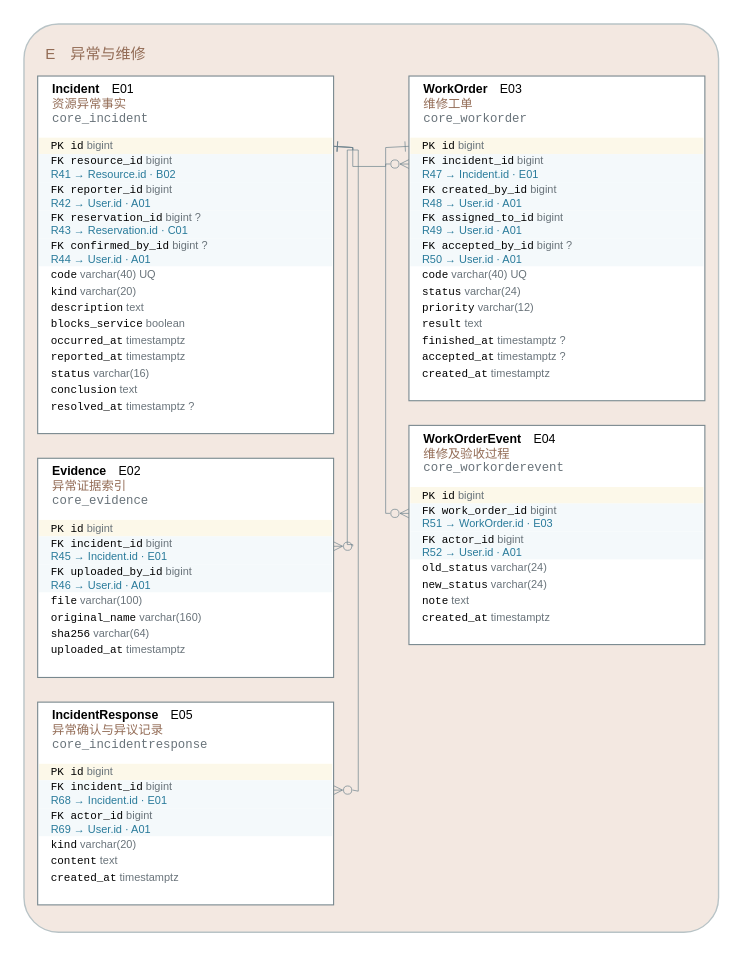
yvming67-gif/campus-lab-equipment-manager keeps this draw.io diagram as models/图形源文件/图D-6-异常与维修ERD.drawio. Above is the earlier version. Source tidied: cells renumbered, new cells numbered last; positions are measured from the earlier drawing's top-left corner, leaving out a move shared by most shapes. Both pictures are drawn from the tidied source at 137%, with x=0, y=0 at pixel (23, 23).
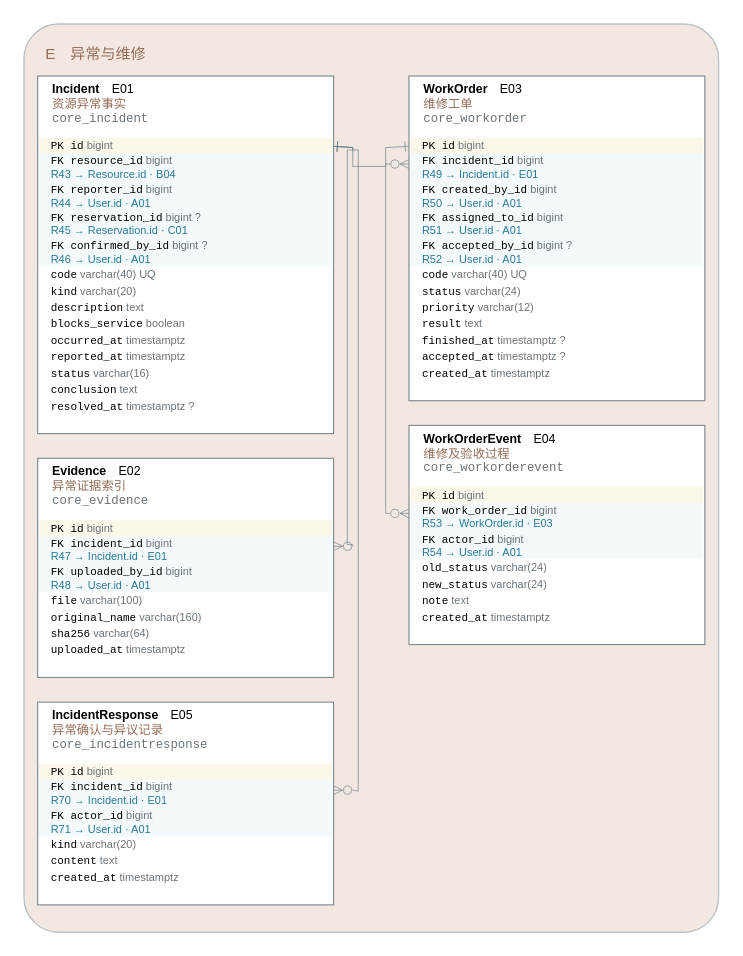
The same page after the edit.

Unchanged cells that the change refers to:
```xml
<mxCell id="6" style="rounded=0;fillColor=#ffffff;strokeColor=#78888e;strokeWidth=0.8;" parent="3" vertex="1">
  <mxGeometry x="10" y="38" width="216" height="261" as="geometry" />
</mxCell>
<mxCell id="8" value="&lt;font face='Consolas'&gt;PK id&lt;/font&gt; &lt;font color='#69737a'&gt;bigint&lt;/font&gt;" style="text;html=1;whiteSpace=wrap;fillColor=#fcf8e9;strokeColor=none;align=left;verticalAlign=middle;spacingLeft=7;fontSize=8;fontFamily=Microsoft YaHei;" parent="6" vertex="1">
  <mxGeometry x="1" y="45" width="214" height="12" as="geometry" />
</mxCell>
<mxCell id="22" style="rounded=0;fillColor=#ffffff;strokeColor=#78888e;strokeWidth=0.8;" parent="3" vertex="1">
  <mxGeometry x="10" y="317" width="216" height="160" as="geometry" />
</mxCell>
<mxCell id="31" style="rounded=0;fillColor=#ffffff;strokeColor=#78888e;strokeWidth=0.8;" parent="3" vertex="1">
  <mxGeometry x="10" y="495" width="216" height="148" as="geometry" />
</mxCell>
<mxCell id="39" style="rounded=0;fillColor=#ffffff;strokeColor=#78888e;strokeWidth=0.8;" parent="3" vertex="1">
  <mxGeometry x="281" y="38" width="216" height="237" as="geometry" />
</mxCell>
<mxCell id="53" style="rounded=0;fillColor=#ffffff;strokeColor=#78888e;strokeWidth=0.8;" parent="3" vertex="1">
  <mxGeometry x="281" y="293" width="216" height="160" as="geometry" />
</mxCell>
```

Change to the diagram source:
```diff
@@
-    <mxCell id="9" value="&lt;font face='Consolas'&gt;FK resource_id&lt;/font&gt; &lt;font color='#69737a'&gt;bigint&lt;/font&gt;&lt;br/&gt;&lt;font color='#287a9a'&gt;R41 → Resource.id · B02&lt;/font&gt;" style="text;html=1;whiteSpace=wrap;fillColor=#f4f9fb;strokeColor=none;align=left;verticalAlign=middle;spacingLeft=7;fontSize=8;fontFamily=Microsoft YaHei;" parent="6" vertex="1">
+    <mxCell id="9" value="&lt;font face='Consolas'&gt;FK resource_id&lt;/font&gt; &lt;font color='#69737a'&gt;bigint&lt;/font&gt;&lt;br/&gt;&lt;font color='#287a9a'&gt;R43 → Resource.id · B04&lt;/font&gt;" style="text;html=1;whiteSpace=wrap;fillColor=#f4f9fb;strokeColor=none;align=left;verticalAlign=middle;spacingLeft=7;fontSize=8;fontFamily=Microsoft YaHei;" parent="6" vertex="1">
       <mxGeometry x="1" y="57" width="214" height="20.5" as="geometry" />
     </mxCell>
-    <mxCell id="10" value="&lt;font face='Consolas'&gt;FK reporter_id&lt;/font&gt; &lt;font color='#69737a'&gt;bigint&lt;/font&gt;&lt;br/&gt;&lt;font color='#287a9a'&gt;R42 → User.id · A01&lt;/font&gt;" style="text;html=1;whiteSpace=wrap;fillColor=#f4f9fb;strokeColor=none;align=left;verticalAlign=middle;spacingLeft=7;fontSize=8;fontFamily=Microsoft YaHei;" parent="6" vertex="1">
+    <mxCell id="10" value="&lt;font face='Consolas'&gt;FK reporter_id&lt;/font&gt; &lt;font color='#69737a'&gt;bigint&lt;/font&gt;&lt;br/&gt;&lt;font color='#287a9a'&gt;R44 → User.id · A01&lt;/font&gt;" style="text;html=1;whiteSpace=wrap;fillColor=#f4f9fb;strokeColor=none;align=left;verticalAlign=middle;spacingLeft=7;fontSize=8;fontFamily=Microsoft YaHei;" parent="6" vertex="1">
       <mxGeometry x="1" y="77.5" width="214" height="20.5" as="geometry" />
     </mxCell>
-    <mxCell id="11" value="&lt;font face='Consolas'&gt;FK reservation_id&lt;/font&gt; &lt;font color='#69737a'&gt;bigint ?&lt;/font&gt;&lt;br/&gt;&lt;font color='#287a9a'&gt;R43 → Reservation.id · C01&lt;/font&gt;" style="text;html=1;whiteSpace=wrap;fillColor=#f4f9fb;strokeColor=none;align=left;verticalAlign=middle;spacingLeft=7;fontSize=8;fontFamily=Microsoft YaHei;" parent="6" vertex="1">
+    <mxCell id="11" value="&lt;font face='Consolas'&gt;FK reservation_id&lt;/font&gt; &lt;font color='#69737a'&gt;bigint ?&lt;/font&gt;&lt;br/&gt;&lt;font color='#287a9a'&gt;R45 → Reservation.id · C01&lt;/font&gt;" style="text;html=1;whiteSpace=wrap;fillColor=#f4f9fb;strokeColor=none;align=left;verticalAlign=middle;spacingLeft=7;fontSize=8;fontFamily=Microsoft YaHei;" parent="6" vertex="1">
       <mxGeometry x="1" y="98" width="214" height="20.5" as="geometry" />
     </mxCell>
-    <mxCell id="12" value="&lt;font face='Consolas'&gt;FK confirmed_by_id&lt;/font&gt; &lt;font color='#69737a'&gt;bigint ?&lt;/font&gt;&lt;br/&gt;&lt;font color='#287a9a'&gt;R44 → User.id · A01&lt;/font&gt;" style="text;html=1;whiteSpace=wrap;fillColor=#f4f9fb;strokeColor=none;align=left;verticalAlign=middle;spacingLeft=7;fontSize=8;fontFamily=Microsoft YaHei;" parent="6" vertex="1">
+    <mxCell id="12" value="&lt;font face='Consolas'&gt;FK confirmed_by_id&lt;/font&gt; &lt;font color='#69737a'&gt;bigint ?&lt;/font&gt;&lt;br/&gt;&lt;font color='#287a9a'&gt;R46 → User.id · A01&lt;/font&gt;" style="text;html=1;whiteSpace=wrap;fillColor=#f4f9fb;strokeColor=none;align=left;verticalAlign=middle;spacingLeft=7;fontSize=8;fontFamily=Microsoft YaHei;" parent="6" vertex="1">
       <mxGeometry x="1" y="118.5" width="214" height="20.5" as="geometry" />
     </mxCell>
@@
-    <mxCell id="25" value="&lt;font face='Consolas'&gt;FK incident_id&lt;/font&gt; &lt;font color='#69737a'&gt;bigint&lt;/font&gt;&lt;br/&gt;&lt;font color='#287a9a'&gt;R45 → Incident.id · E01&lt;/font&gt;" style="text;html=1;whiteSpace=wrap;fillColor=#f4f9fb;strokeColor=none;align=left;verticalAlign=middle;spacingLeft=7;fontSize=8;fontFamily=Microsoft YaHei;" parent="22" vertex="1">
+    <mxCell id="25" value="&lt;font face='Consolas'&gt;FK incident_id&lt;/font&gt; &lt;font color='#69737a'&gt;bigint&lt;/font&gt;&lt;br/&gt;&lt;font color='#287a9a'&gt;R47 → Incident.id · E01&lt;/font&gt;" style="text;html=1;whiteSpace=wrap;fillColor=#f4f9fb;strokeColor=none;align=left;verticalAlign=middle;spacingLeft=7;fontSize=8;fontFamily=Microsoft YaHei;" parent="22" vertex="1">
       <mxGeometry x="1" y="57" width="214" height="20.5" as="geometry" />
     </mxCell>
-    <mxCell id="26" value="&lt;font face='Consolas'&gt;FK uploaded_by_id&lt;/font&gt; &lt;font color='#69737a'&gt;bigint&lt;/font&gt;&lt;br/&gt;&lt;font color='#287a9a'&gt;R46 → User.id · A01&lt;/font&gt;" style="text;html=1;whiteSpace=wrap;fillColor=#f4f9fb;strokeColor=none;align=left;verticalAlign=middle;spacingLeft=7;fontSize=8;fontFamily=Microsoft YaHei;" parent="22" vertex="1">
+    <mxCell id="26" value="&lt;font face='Consolas'&gt;FK uploaded_by_id&lt;/font&gt; &lt;font color='#69737a'&gt;bigint&lt;/font&gt;&lt;br/&gt;&lt;font color='#287a9a'&gt;R48 → User.id · A01&lt;/font&gt;" style="text;html=1;whiteSpace=wrap;fillColor=#f4f9fb;strokeColor=none;align=left;verticalAlign=middle;spacingLeft=7;fontSize=8;fontFamily=Microsoft YaHei;" parent="22" vertex="1">
       <mxGeometry x="1" y="77.5" width="214" height="20.5" as="geometry" />
     </mxCell>
@@
-    <mxCell id="34" value="&lt;font face='Consolas'&gt;FK incident_id&lt;/font&gt; &lt;font color='#69737a'&gt;bigint&lt;/font&gt;&lt;br/&gt;&lt;font color='#287a9a'&gt;R68 → Incident.id · E01&lt;/font&gt;" style="text;html=1;whiteSpace=wrap;fillColor=#f4f9fb;strokeColor=none;align=left;verticalAlign=middle;spacingLeft=7;fontSize=8;fontFamily=Microsoft YaHei;" parent="31" vertex="1">
+    <mxCell id="34" value="&lt;font face='Consolas'&gt;FK incident_id&lt;/font&gt; &lt;font color='#69737a'&gt;bigint&lt;/font&gt;&lt;br/&gt;&lt;font color='#287a9a'&gt;R70 → Incident.id · E01&lt;/font&gt;" style="text;html=1;whiteSpace=wrap;fillColor=#f4f9fb;strokeColor=none;align=left;verticalAlign=middle;spacingLeft=7;fontSize=8;fontFamily=Microsoft YaHei;" parent="31" vertex="1">
       <mxGeometry x="1" y="57" width="214" height="20.5" as="geometry" />
     </mxCell>
-    <mxCell id="35" value="&lt;font face='Consolas'&gt;FK actor_id&lt;/font&gt; &lt;font color='#69737a'&gt;bigint&lt;/font&gt;&lt;br/&gt;&lt;font color='#287a9a'&gt;R69 → User.id · A01&lt;/font&gt;" style="text;html=1;whiteSpace=wrap;fillColor=#f4f9fb;strokeColor=none;align=left;verticalAlign=middle;spacingLeft=7;fontSize=8;fontFamily=Microsoft YaHei;" parent="31" vertex="1">
+    <mxCell id="35" value="&lt;font face='Consolas'&gt;FK actor_id&lt;/font&gt; &lt;font color='#69737a'&gt;bigint&lt;/font&gt;&lt;br/&gt;&lt;font color='#287a9a'&gt;R71 → User.id · A01&lt;/font&gt;" style="text;html=1;whiteSpace=wrap;fillColor=#f4f9fb;strokeColor=none;align=left;verticalAlign=middle;spacingLeft=7;fontSize=8;fontFamily=Microsoft YaHei;" parent="31" vertex="1">
       <mxGeometry x="1" y="77.5" width="214" height="20.5" as="geometry" />
     </mxCell>
@@
-    <mxCell id="42" value="&lt;font face='Consolas'&gt;FK incident_id&lt;/font&gt; &lt;font color='#69737a'&gt;bigint&lt;/font&gt;&lt;br/&gt;&lt;font color='#287a9a'&gt;R47 → Incident.id · E01&lt;/font&gt;" style="text;html=1;whiteSpace=wrap;fillColor=#f4f9fb;strokeColor=none;align=left;verticalAlign=middle;spacingLeft=7;fontSize=8;fontFamily=Microsoft YaHei;" parent="39" vertex="1">
+    <mxCell id="42" value="&lt;font face='Consolas'&gt;FK incident_id&lt;/font&gt; &lt;font color='#69737a'&gt;bigint&lt;/font&gt;&lt;br/&gt;&lt;font color='#287a9a'&gt;R49 → Incident.id · E01&lt;/font&gt;" style="text;html=1;whiteSpace=wrap;fillColor=#f4f9fb;strokeColor=none;align=left;verticalAlign=middle;spacingLeft=7;fontSize=8;fontFamily=Microsoft YaHei;" parent="39" vertex="1">
       <mxGeometry x="1" y="57" width="214" height="20.5" as="geometry" />
     </mxCell>
-    <mxCell id="43" value="&lt;font face='Consolas'&gt;FK created_by_id&lt;/font&gt; &lt;font color='#69737a'&gt;bigint&lt;/font&gt;&lt;br/&gt;&lt;font color='#287a9a'&gt;R48 → User.id · A01&lt;/font&gt;" style="text;html=1;whiteSpace=wrap;fillColor=#f4f9fb;strokeColor=none;align=left;verticalAlign=middle;spacingLeft=7;fontSize=8;fontFamily=Microsoft YaHei;" parent="39" vertex="1">
+    <mxCell id="43" value="&lt;font face='Consolas'&gt;FK created_by_id&lt;/font&gt; &lt;font color='#69737a'&gt;bigint&lt;/font&gt;&lt;br/&gt;&lt;font color='#287a9a'&gt;R50 → User.id · A01&lt;/font&gt;" style="text;html=1;whiteSpace=wrap;fillColor=#f4f9fb;strokeColor=none;align=left;verticalAlign=middle;spacingLeft=7;fontSize=8;fontFamily=Microsoft YaHei;" parent="39" vertex="1">
       <mxGeometry x="1" y="77.5" width="214" height="20.5" as="geometry" />
     </mxCell>
-    <mxCell id="44" value="&lt;font face='Consolas'&gt;FK assigned_to_id&lt;/font&gt; &lt;font color='#69737a'&gt;bigint&lt;/font&gt;&lt;br/&gt;&lt;font color='#287a9a'&gt;R49 → User.id · A01&lt;/font&gt;" style="text;html=1;whiteSpace=wrap;fillColor=#f4f9fb;strokeColor=none;align=left;verticalAlign=middle;spacingLeft=7;fontSize=8;fontFamily=Microsoft YaHei;" parent="39" vertex="1">
+    <mxCell id="44" value="&lt;font face='Consolas'&gt;FK assigned_to_id&lt;/font&gt; &lt;font color='#69737a'&gt;bigint&lt;/font&gt;&lt;br/&gt;&lt;font color='#287a9a'&gt;R51 → User.id · A01&lt;/font&gt;" style="text;html=1;whiteSpace=wrap;fillColor=#f4f9fb;strokeColor=none;align=left;verticalAlign=middle;spacingLeft=7;fontSize=8;fontFamily=Microsoft YaHei;" parent="39" vertex="1">
       <mxGeometry x="1" y="98" width="214" height="20.5" as="geometry" />
     </mxCell>
-    <mxCell id="45" value="&lt;font face='Consolas'&gt;FK accepted_by_id&lt;/font&gt; &lt;font color='#69737a'&gt;bigint ?&lt;/font&gt;&lt;br/&gt;&lt;font color='#287a9a'&gt;R50 → User.id · A01&lt;/font&gt;" style="text;html=1;whiteSpace=wrap;fillColor=#f4f9fb;strokeColor=none;align=left;verticalAlign=middle;spacingLeft=7;fontSize=8;fontFamily=Microsoft YaHei;" parent="39" vertex="1">
+    <mxCell id="45" value="&lt;font face='Consolas'&gt;FK accepted_by_id&lt;/font&gt; &lt;font color='#69737a'&gt;bigint ?&lt;/font&gt;&lt;br/&gt;&lt;font color='#287a9a'&gt;R52 → User.id · A01&lt;/font&gt;" style="text;html=1;whiteSpace=wrap;fillColor=#f4f9fb;strokeColor=none;align=left;verticalAlign=middle;spacingLeft=7;fontSize=8;fontFamily=Microsoft YaHei;" parent="39" vertex="1">
       <mxGeometry x="1" y="118.5" width="214" height="20.5" as="geometry" />
     </mxCell>
@@
-    <mxCell id="56" value="&lt;font face='Consolas'&gt;FK work_order_id&lt;/font&gt; &lt;font color='#69737a'&gt;bigint&lt;/font&gt;&lt;br/&gt;&lt;font color='#287a9a'&gt;R51 → WorkOrder.id · E03&lt;/font&gt;" style="text;html=1;whiteSpace=wrap;fillColor=#f4f9fb;strokeColor=none;align=left;verticalAlign=middle;spacingLeft=7;fontSize=8;fontFamily=Microsoft YaHei;" parent="53" vertex="1">
+    <mxCell id="56" value="&lt;font face='Consolas'&gt;FK work_order_id&lt;/font&gt; &lt;font color='#69737a'&gt;bigint&lt;/font&gt;&lt;br/&gt;&lt;font color='#287a9a'&gt;R53 → WorkOrder.id · E03&lt;/font&gt;" style="text;html=1;whiteSpace=wrap;fillColor=#f4f9fb;strokeColor=none;align=left;verticalAlign=middle;spacingLeft=7;fontSize=8;fontFamily=Microsoft YaHei;" parent="53" vertex="1">
       <mxGeometry x="1" y="57" width="214" height="20.5" as="geometry" />
     </mxCell>
-    <mxCell id="57" value="&lt;font face='Consolas'&gt;FK actor_id&lt;/font&gt; &lt;font color='#69737a'&gt;bigint&lt;/font&gt;&lt;br/&gt;&lt;font color='#287a9a'&gt;R52 → User.id · A01&lt;/font&gt;" style="text;html=1;whiteSpace=wrap;fillColor=#f4f9fb;strokeColor=none;align=left;verticalAlign=middle;spacingLeft=7;fontSize=8;fontFamily=Microsoft YaHei;" parent="53" vertex="1">
+    <mxCell id="57" value="&lt;font face='Consolas'&gt;FK actor_id&lt;/font&gt; &lt;font color='#69737a'&gt;bigint&lt;/font&gt;&lt;br/&gt;&lt;font color='#287a9a'&gt;R54 → User.id · A01&lt;/font&gt;" style="text;html=1;whiteSpace=wrap;fillColor=#f4f9fb;strokeColor=none;align=left;verticalAlign=middle;spacingLeft=7;fontSize=8;fontFamily=Microsoft YaHei;" parent="53" vertex="1">
       <mxGeometry x="1" y="77.5" width="214" height="20.5" as="geometry" />
     </mxCell>
@@
+    <mxCell id="66" style="edgeStyle=orthogonalEdgeStyle;rounded=0;html=1;strokeWidth=0.5;strokeColor=#6b818c;startArrow=ERzeroToMany;endArrow=ERone;startFill=0;endFill=0;exitX=0;exitY=0.3531707317073171;exitDx=0;exitDy=0;entryX=1;entryY=0.52;entryDx=0;entryDy=0;dashed=0;" parent="2" edge="1" source="42" target="8">
+      <mxGeometry relative="1" as="geometry">
+        <Array as="points">
+          <mxPoint x="264" y="102.2" />
+          <mxPoint x="264" y="104" />
+          <mxPoint x="240" y="104" />
+          <mxPoint x="240" y="90.2" />
+        </Array>
+      </mxGeometry>
+    </mxCell>
-    <mxCell id="63" style="edgeStyle=orthogonalEdgeStyle;rounded=0;html=1;strokeWidth=0.5;strokeColor=#6b818c;startArrow=ERzeroToMany;endArrow=ERone;startFill=0;endFill=0;exitX=0;exitY=0.3531707317073171;exitDx=0;exitDy=0;entryX=1;entryY=0.52;entryDx=0;entryDy=0;dashed=0;" parent="2" edge="1" source="42" target="8">
+    <mxCell id="63" style="edgeStyle=orthogonalEdgeStyle;rounded=0;html=1;strokeWidth=0.5;strokeColor=#6b818c;startArrow=ERzeroToMany;endArrow=ERone;startFill=0;endFill=0;exitX=1;exitY=0.3531707317073171;exitDx=0;exitDy=0;entryX=1;entryY=0.52;entryDx=0;entryDy=0;dashed=0;" parent="2" edge="1" source="25" target="8">
       <mxGeometry relative="1" as="geometry">
         <Array as="points">
-          <mxPoint x="264" y="102.2" />
-          <mxPoint x="264" y="104" />
-          <mxPoint x="240" y="104" />
+          <mxPoint x="240" y="381.2" />
+          <mxPoint x="240" y="380" />
+          <mxPoint x="236" y="380" />
+          <mxPoint x="236" y="92" />
+          <mxPoint x="240" y="92" />
           <mxPoint x="240" y="90.2" />
         </Array>
       </mxGeometry>
     </mxCell>
-    <mxCell id="64" style="edgeStyle=orthogonalEdgeStyle;rounded=0;html=1;strokeWidth=0.5;strokeColor=#6b818c;startArrow=ERzeroToMany;endArrow=ERone;startFill=0;endFill=0;exitX=1;exitY=0.3531707317073171;exitDx=0;exitDy=0;entryX=1;entryY=0.52;entryDx=0;entryDy=0;dashed=0;" parent="2" edge="1" source="25" target="8">
-      <mxGeometry relative="1" as="geometry">
-        <Array as="points">
-          <mxPoint x="240" y="381.2" />
-          <mxPoint x="240" y="380" />
-          <mxPoint x="236" y="380" />
-          <mxPoint x="236" y="92" />
-          <mxPoint x="240" y="92" />
-          <mxPoint x="240" y="90.2" />
-        </Array>
-      </mxGeometry>
-    </mxCell>
```
